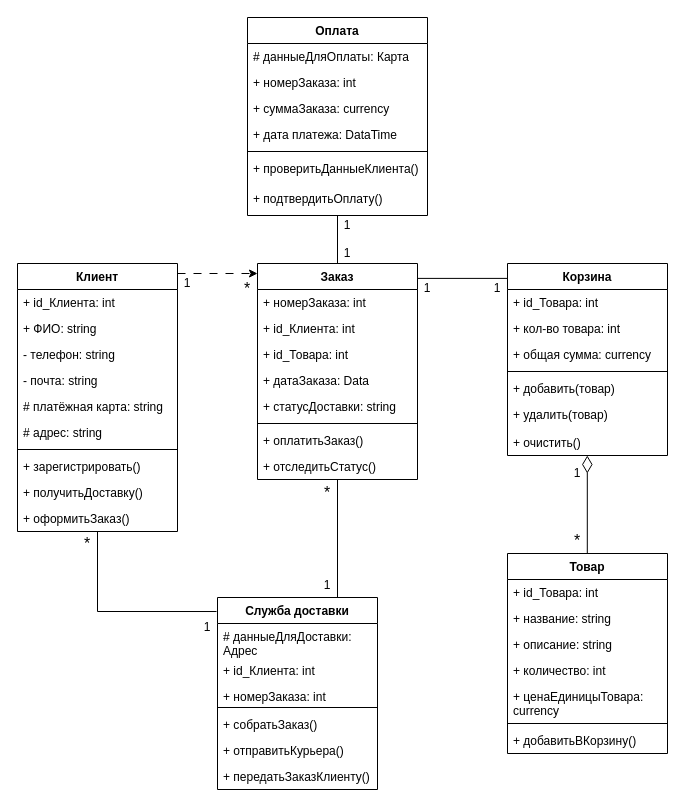
Above: page "Классов" (5 of 8) of Все диаграммы.drawio in AnnaOtchina/AnnaKyrsach (draw.io), before the change. Source tidied: cells renumbered, new cells numbered last; positions are measured from the earlier drawing's top-left corner, leaving out a move shared by most shapes. Both pictures are drawn from the tidied source at 100%, with x=0, y=0 at pixel (17, 17).
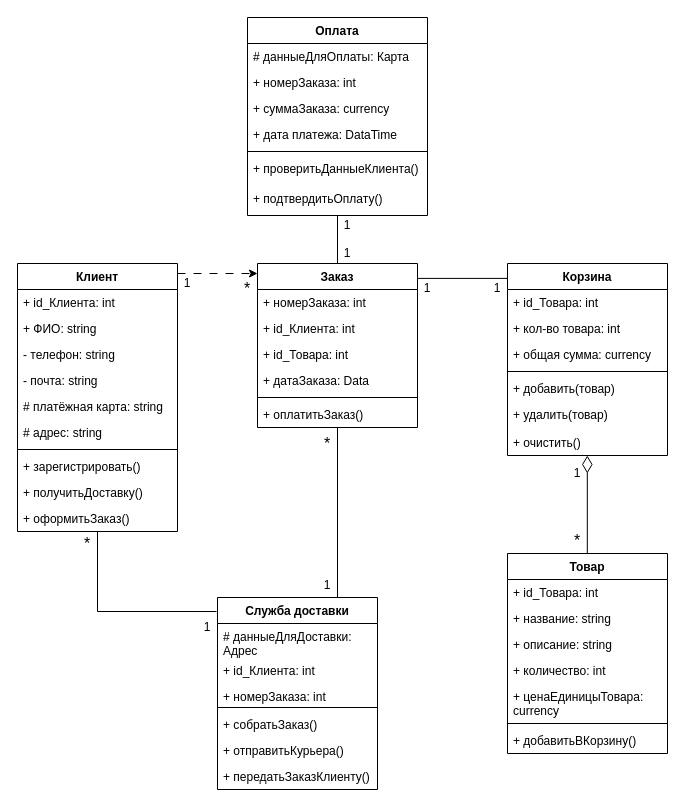
Above is the later version.

Change to the diagram source:
```diff
@@
     <mxCell id="13" value="Заказ" style="swimlane;fontStyle=1;align=center;verticalAlign=top;horizontal=1;startSize=26;whiteSpace=wrap;html=1;" parent="1" vertex="1">
-      <mxGeometry x="240" y="246" width="160" height="216" as="geometry" />
+      <mxGeometry x="240" y="246" width="160" height="164" as="geometry" />
     </mxCell>
@@
-    <mxCell id="18" value="+ статусДоставки: string" style="text;strokeColor=none;fillColor=none;align=left;verticalAlign=top;spacingLeft=4;spacingRight=4;overflow=hidden;whiteSpace=wrap;html=1;" parent="13" vertex="1">
-      <mxGeometry y="130" width="160" height="26" as="geometry" />
-    </mxCell>
     <mxCell id="19" style="line;strokeWidth=1;fillColor=none;align=left;verticalAlign=middle;spacingTop=-1;spacingLeft=3;spacingRight=3;labelPosition=right;strokeColor=inherit;" parent="13" vertex="1">
-      <mxGeometry y="156" width="160" height="8" as="geometry" />
+      <mxGeometry y="130" width="160" height="8" as="geometry" />
     </mxCell>
     <mxCell id="20" value="+ оплатитьЗаказ()" style="text;strokeColor=none;fillColor=none;align=left;verticalAlign=top;spacingLeft=4;spacingRight=4;overflow=hidden;whiteSpace=wrap;html=1;" parent="13" vertex="1">
-      <mxGeometry y="164" width="160" height="26" as="geometry" />
+      <mxGeometry y="138" width="160" height="26" as="geometry" />
     </mxCell>
-    <mxCell id="21" value="+ отследитьСтатус()" style="text;strokeColor=none;fillColor=none;align=left;verticalAlign=top;spacingLeft=4;spacingRight=4;overflow=hidden;whiteSpace=wrap;html=1;" parent="13" vertex="1">
-      <mxGeometry y="190" width="160" height="26" as="geometry" />
-    </mxCell>
@@
     <mxCell id="65" value="&lt;font&gt;*&lt;/font&gt;" style="text;html=1;whiteSpace=wrap;strokeColor=none;fillColor=none;align=center;verticalAlign=middle;rounded=0;fontSize=16;" parent="1" vertex="1">
-      <mxGeometry x="300" y="462" width="20" height="25" as="geometry" />
+      <mxGeometry x="300" y="413" width="20" height="25" as="geometry" />
     </mxCell>
```
